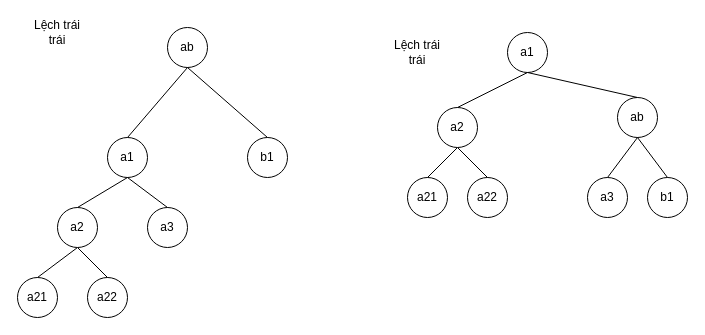
hoThanhThien/ctdl-gt keeps this draw.io diagram as ctdl.drawio. Above is the earlier version. Source tidied: cells renumbered, new cells numbered last; positions are measured from the earlier drawing's top-left corner, leaving out a move shared by most shapes. Both pictures are drawn from the tidied source at 100%, with x=0, y=0 at pixel (17, 17).
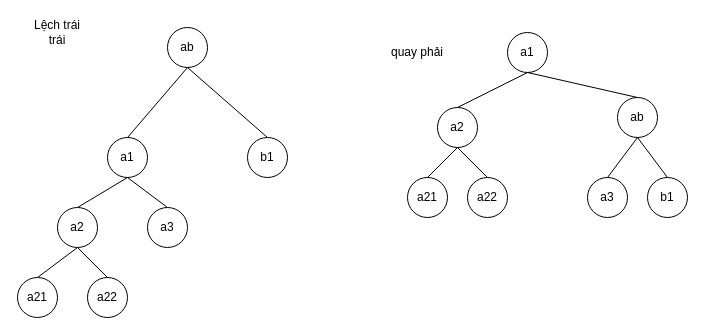
After the change.

Commit message (it also covers changes not shown here):
Cập nhật ctdl.drawio

What changed in the source:
```diff
@@
-    <mxCell id="29" value="Lệch trái trái" style="text;html=1;align=center;verticalAlign=middle;whiteSpace=wrap;rounded=0;" parent="1" vertex="1">
+    <mxCell id="29" value="quay phải" style="text;html=1;align=center;verticalAlign=middle;whiteSpace=wrap;rounded=0;" parent="1" vertex="1">
       <mxGeometry x="370" y="20" width="60" height="30" as="geometry" />
     </mxCell>
```
